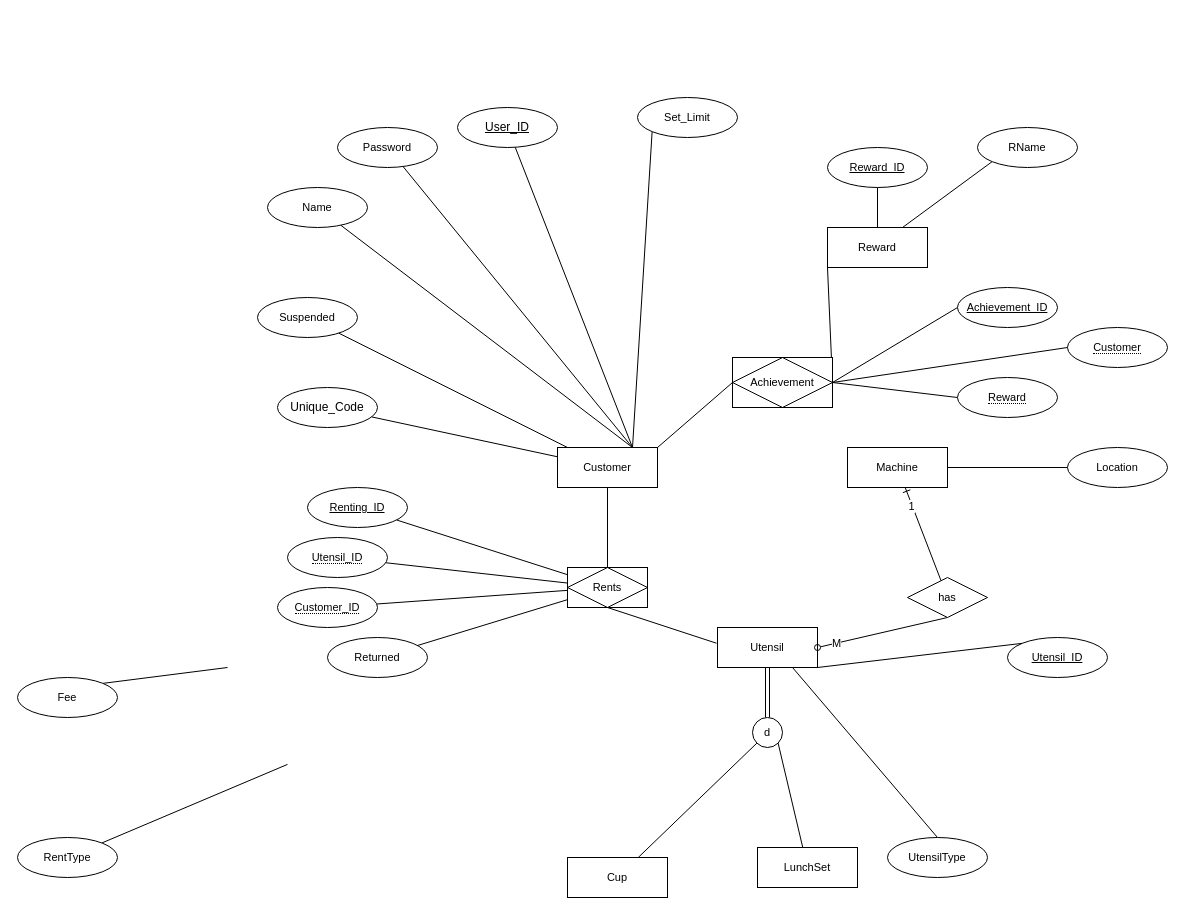
Before: page "Page-1" (1 of 3) of ERD.drawio in tp12356twNccu/OOP_1122_finalProject_Group12, a draw.io diagram. Source tidied: cells renumbered, new cells numbered last; positions are measured from the earlier drawing's top-left corner, leaving out a move shared by most shapes. Both pictures are drawn from the tidied source at 100%, with x=0, y=0 at pixel (17, 97).
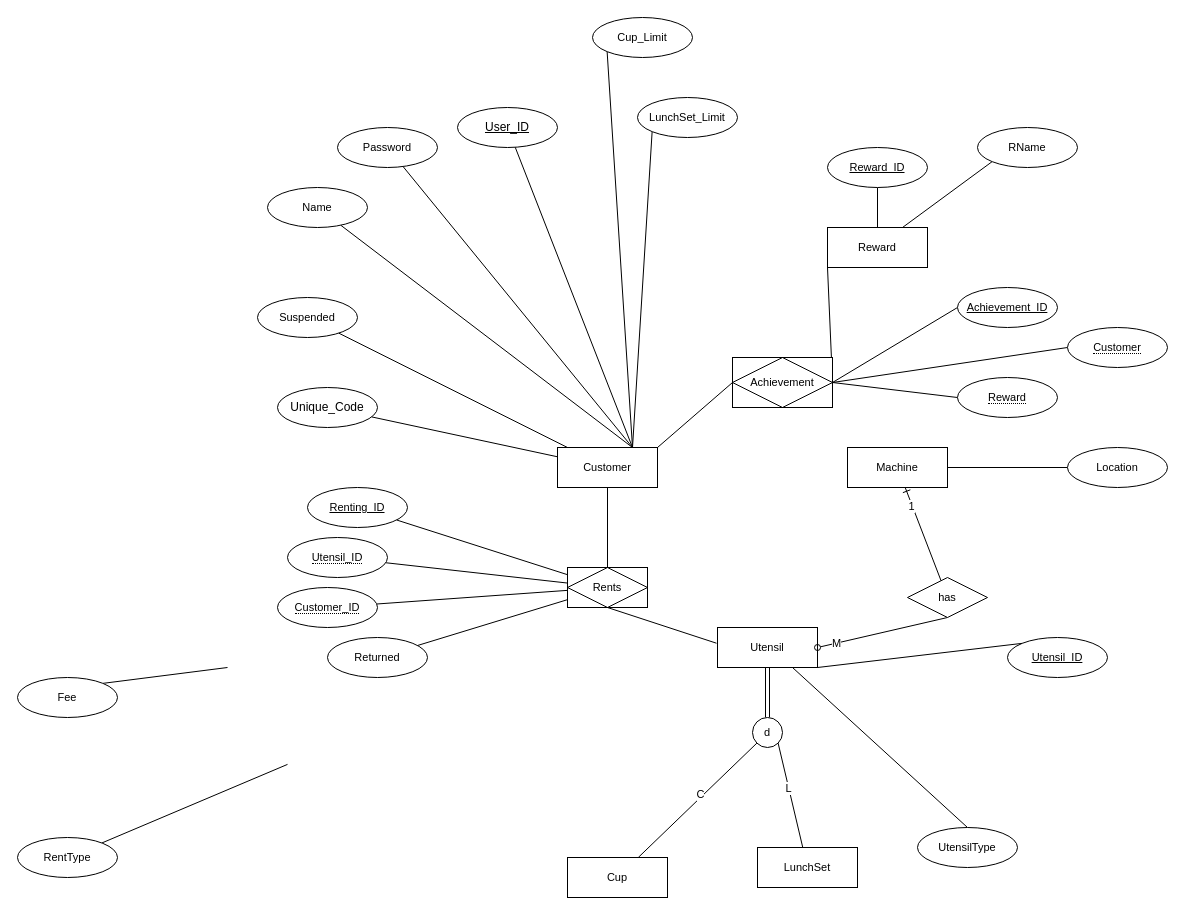
Above is the later version.

Unchanged cells that the change refers to:
```xml
<mxCell id="10" value="Customer" style="whiteSpace=wrap;html=1;align=center;fontFamily=Helvetica;fontSize=11;fontColor=default;labelBackgroundColor=default;" parent="1" vertex="1">
  <mxGeometry x="540" y="350" width="100" height="40" as="geometry" />
</mxCell>
<mxCell id="58" style="rounded=0;jettySize=auto;html=1;exitX=0;exitY=1;exitDx=0;exitDy=0;endArrow=none;endFill=0;" parent="1" edge="1" source="60" target="61">
  <mxGeometry relative="1" as="geometry" />
</mxCell>
<mxCell id="59" style="edgeStyle=none;rounded=0;jettySize=auto;html=1;exitX=1;exitY=1;exitDx=0;exitDy=0;strokeColor=default;align=center;verticalAlign=middle;fontFamily=Helvetica;fontSize=11;fontColor=default;labelBackgroundColor=default;endArrow=none;endFill=0;" parent="1" edge="1" source="60" target="62">
  <mxGeometry relative="1" as="geometry" />
</mxCell>
```

The edit, as a diff of the source:
```diff
@@
     <mxCell id="32" value="UtensilType" style="ellipse;whiteSpace=wrap;html=1;align=center;fontFamily=Helvetica;fontSize=11;fontColor=default;labelBackgroundColor=default;" parent="1" vertex="1">
-      <mxGeometry x="870" y="740" width="100" height="40" as="geometry" />
+      <mxGeometry x="900" y="730" width="100" height="40" as="geometry" />
     </mxCell>
@@
-    <mxCell id="44" value="Set_Limit" style="ellipse;whiteSpace=wrap;html=1;align=center;fontFamily=Helvetica;fontSize=11;fontColor=default;labelBackgroundColor=default;" parent="1" vertex="1">
+    <mxCell id="44" value="LunchSet_Limit" style="ellipse;whiteSpace=wrap;html=1;align=center;fontFamily=Helvetica;fontSize=11;fontColor=default;labelBackgroundColor=default;" parent="1" vertex="1">
       <mxGeometry x="620" width="100" height="40" as="geometry" />
     </mxCell>
@@
+    <mxCell id="63" value="C" style="edgeLabel;html=1;align=center;verticalAlign=middle;" parent="58" vertex="1">
+      <mxGeometry x="-0.08" y="-3" relative="1" as="geometry" />
+    </mxCell>
@@
+    <mxCell id="64" value="L" style="edgeLabel;html=1;align=center;verticalAlign=middle;" parent="59" vertex="1">
+      <mxGeometry x="-0.15" relative="1" as="geometry">
+        <mxPoint x="-1" as="offset" />
+      </mxGeometry>
+    </mxCell>
@@
+    <mxCell id="65" style="edgeStyle=none;rounded=0;jettySize=auto;html=1;exitX=0;exitY=1;exitDx=0;exitDy=0;entryX=0.75;entryY=0;entryDx=0;entryDy=0;strokeColor=default;align=center;verticalAlign=middle;fontFamily=Helvetica;fontSize=11;fontColor=default;labelBackgroundColor=default;endArrow=none;endFill=0;" parent="1" edge="1" source="66" target="10">
+      <mxGeometry relative="1" as="geometry" />
+    </mxCell>
+    <mxCell id="66" value="Cup_Limit" style="ellipse;whiteSpace=wrap;html=1;align=center;fontFamily=Helvetica;fontSize=11;fontColor=default;labelBackgroundColor=default;" parent="1" vertex="1">
+      <mxGeometry x="575" y="-80" width="100" height="40" as="geometry" />
+    </mxCell>
```
